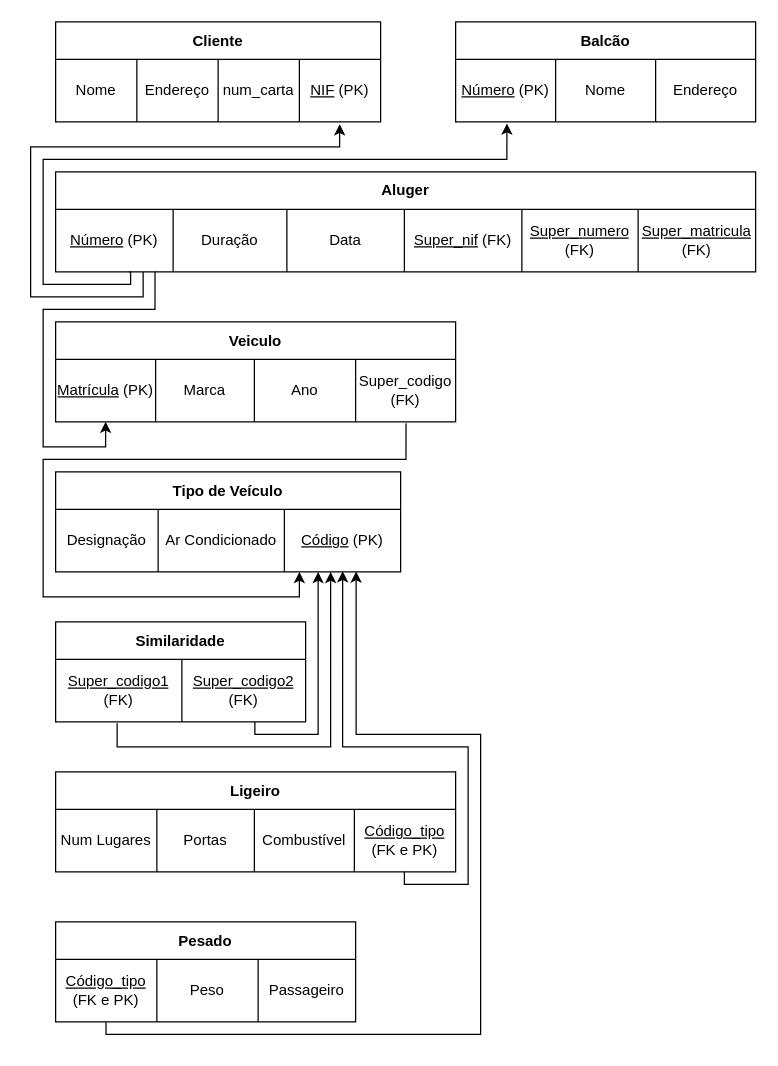
Before: page "3.1" (1 of 3) of P/P03/P03.drawio in RafaelCurado/BD-1, a draw.io diagram. Source tidied: cells renumbered, new cells numbered last; positions are measured from the earlier drawing's top-left corner, leaving out a move shared by most shapes. Both pictures are drawn from the tidied source at 125%, with x=0, y=0 at pixel (30, 21).
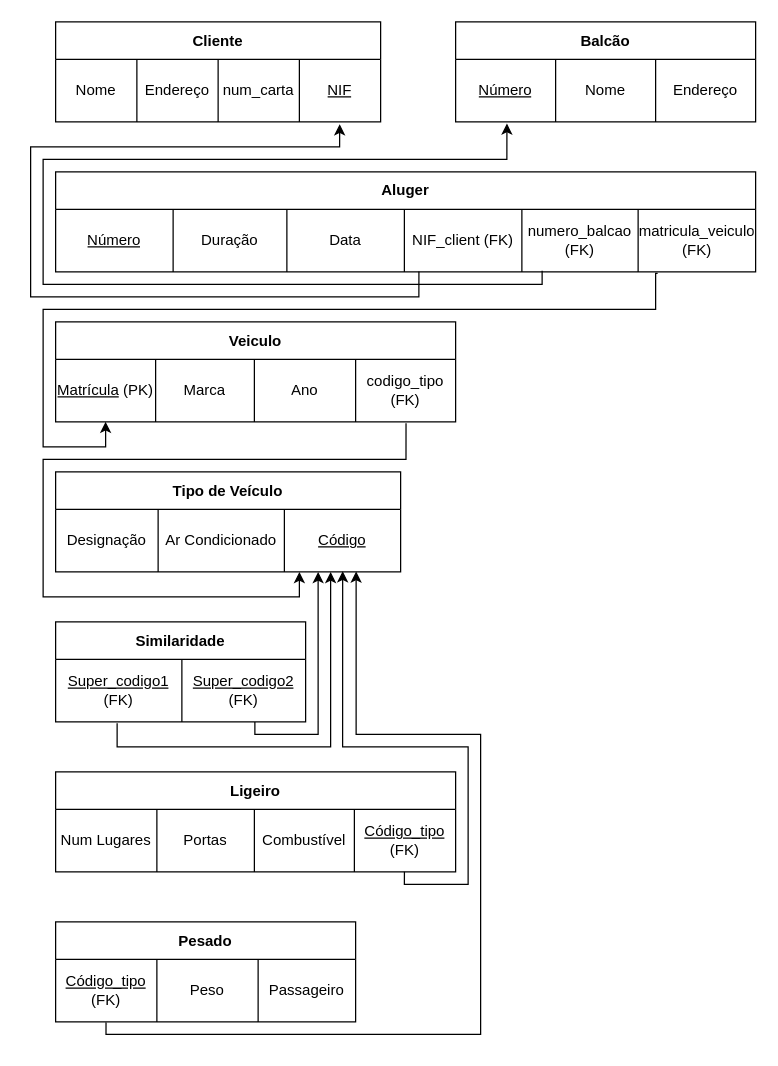
The same page after the edit.

Unchanged cells that the change refers to:
```xml
<mxCell id="3" style="shape=tableRow;horizontal=0;startSize=0;swimlaneHead=0;swimlaneBody=0;top=0;left=0;bottom=0;right=0;fillColor=none;points=[[0,0.5],[1,0.5]];portConstraint=eastwest;" parent="2" vertex="1">
  <mxGeometry y="30" width="260" height="50" as="geometry" />
</mxCell>
<mxCell id="9" style="shape=tableRow;horizontal=0;startSize=0;swimlaneHead=0;swimlaneBody=0;top=0;left=0;bottom=0;right=0;fillColor=none;points=[[0,0.5],[1,0.5]];portConstraint=eastwest;" parent="8" vertex="1">
  <mxGeometry y="30" width="560" height="50" as="geometry" />
</mxCell>
<mxCell id="17" style="shape=tableRow;horizontal=0;startSize=0;swimlaneHead=0;swimlaneBody=0;top=0;left=0;bottom=0;right=0;fillColor=none;points=[[0,0.5],[1,0.5]];portConstraint=eastwest;" parent="16" vertex="1">
  <mxGeometry y="30" width="240" height="50" as="geometry" />
</mxCell>
<mxCell id="22" style="shape=tableRow;horizontal=0;startSize=0;swimlaneHead=0;swimlaneBody=0;top=0;left=0;bottom=0;right=0;fillColor=none;points=[[0,0.5],[1,0.5]];portConstraint=eastwest;" parent="21" vertex="1">
  <mxGeometry y="30" width="320" height="50" as="geometry" />
</mxCell>
<mxCell id="28" style="shape=tableRow;horizontal=0;startSize=0;swimlaneHead=0;swimlaneBody=0;top=0;left=0;bottom=0;right=0;fillColor=none;points=[[0,0.5],[1,0.5]];portConstraint=eastwest;" parent="27" vertex="1">
  <mxGeometry y="30" width="276" height="50" as="geometry" />
</mxCell>
<mxCell id="33" style="shape=tableRow;horizontal=0;startSize=0;swimlaneHead=0;swimlaneBody=0;top=0;left=0;bottom=0;right=0;fillColor=none;points=[[0,0.5],[1,0.5]];portConstraint=eastwest;" parent="32" vertex="1">
  <mxGeometry y="30" width="320" height="50" as="geometry" />
</mxCell>
<mxCell id="39" style="shape=tableRow;horizontal=0;startSize=0;swimlaneHead=0;swimlaneBody=0;top=0;left=0;bottom=0;right=0;fillColor=none;points=[[0,0.5],[1,0.5]];portConstraint=eastwest;" parent="38" vertex="1">
  <mxGeometry y="30" width="240" height="50" as="geometry" />
</mxCell>
```

Change to the diagram source:
```diff
@@
-    <mxCell id="7" value="&lt;u&gt;NIF&lt;/u&gt;&amp;nbsp;(PK)" style="shape=partialRectangle;html=1;whiteSpace=wrap;fillColor=none;top=0;left=0;bottom=0;right=0;overflow=hidden;" parent="3" vertex="1">
+    <mxCell id="7" value="&lt;u&gt;NIF&lt;/u&gt;" style="shape=partialRectangle;html=1;whiteSpace=wrap;fillColor=none;top=0;left=0;bottom=0;right=0;overflow=hidden;" parent="3" vertex="1">
       <mxGeometry x="195" width="65" height="50" as="geometry" />
     </mxCell>
@@
-    <mxCell id="10" value="&lt;u&gt;Número&lt;/u&gt;&amp;nbsp;(PK)" style="shape=partialRectangle;html=1;whiteSpace=wrap;fillColor=none;top=0;left=0;bottom=0;right=0;overflow=hidden;" parent="9" vertex="1">
+    <mxCell id="10" value="&lt;u&gt;Número&lt;/u&gt;" style="shape=partialRectangle;html=1;whiteSpace=wrap;fillColor=none;top=0;left=0;bottom=0;right=0;overflow=hidden;" parent="9" vertex="1">
       <mxGeometry width="94" height="50" as="geometry" />
     </mxCell>
@@
-    <mxCell id="13" value="&lt;u&gt;Super_nif&lt;/u&gt; (FK)" style="shape=partialRectangle;html=1;whiteSpace=wrap;fillColor=none;top=0;left=0;bottom=0;right=0;overflow=hidden;" parent="9" vertex="1">
+    <mxCell id="13" value="NIF_client (FK)" style="shape=partialRectangle;html=1;whiteSpace=wrap;fillColor=none;top=0;left=0;bottom=0;right=0;overflow=hidden;" parent="9" vertex="1">
       <mxGeometry x="279" width="94" height="50" as="geometry" />
     </mxCell>
-    <mxCell id="14" value="&lt;u&gt;Super_numero&lt;br&gt;&lt;/u&gt;(FK)" style="shape=partialRectangle;html=1;fillColor=none;top=0;left=0;bottom=0;right=0;overflow=hidden;whiteSpace=wrap;" parent="9" vertex="1">
+    <mxCell id="14" value="numero_balcao&lt;br&gt;(FK)" style="shape=partialRectangle;html=1;fillColor=none;top=0;left=0;bottom=0;right=0;overflow=hidden;whiteSpace=wrap;" parent="9" vertex="1">
       <mxGeometry x="373" width="93" height="50" as="geometry" />
     </mxCell>
-    <mxCell id="15" value="&lt;u&gt;Super_matricula&lt;/u&gt;&lt;br&gt;(FK)" style="shape=partialRectangle;html=1;whiteSpace=wrap;fillColor=none;top=0;left=0;bottom=0;right=0;overflow=hidden;" parent="9" vertex="1">
+    <mxCell id="15" value="matricula_veiculo&lt;br&gt;(FK)" style="shape=partialRectangle;html=1;whiteSpace=wrap;fillColor=none;top=0;left=0;bottom=0;right=0;overflow=hidden;" parent="9" vertex="1">
       <mxGeometry x="466" width="94" height="50" as="geometry" />
     </mxCell>
@@
-    <mxCell id="18" value="&lt;u&gt;Número&lt;/u&gt;&amp;nbsp;(PK)" style="shape=partialRectangle;html=1;whiteSpace=wrap;fillColor=none;top=0;left=0;bottom=0;right=0;overflow=hidden;" parent="17" vertex="1">
+    <mxCell id="18" value="&lt;u&gt;Número&lt;/u&gt;" style="shape=partialRectangle;html=1;whiteSpace=wrap;fillColor=none;top=0;left=0;bottom=0;right=0;overflow=hidden;" parent="17" vertex="1">
       <mxGeometry width="80" height="50" as="geometry" />
     </mxCell>
@@
-    <mxCell id="26" value="Super_codigo (FK)" style="shape=partialRectangle;html=1;whiteSpace=wrap;fillColor=none;top=0;left=0;bottom=0;right=0;overflow=hidden;" parent="22" vertex="1">
+    <mxCell id="26" value="codigo_tipo (FK)" style="shape=partialRectangle;html=1;whiteSpace=wrap;fillColor=none;top=0;left=0;bottom=0;right=0;overflow=hidden;" parent="22" vertex="1">
       <mxGeometry x="240" width="80" height="50" as="geometry" />
     </mxCell>
@@
-    <mxCell id="31" value="&lt;u&gt;Código&lt;/u&gt;&amp;nbsp;(PK)" style="shape=partialRectangle;html=1;whiteSpace=wrap;fillColor=none;top=0;left=0;bottom=0;right=0;overflow=hidden;" parent="28" vertex="1">
+    <mxCell id="31" value="&lt;u&gt;Código&lt;/u&gt;" style="shape=partialRectangle;html=1;whiteSpace=wrap;fillColor=none;top=0;left=0;bottom=0;right=0;overflow=hidden;" parent="28" vertex="1">
       <mxGeometry x="183" width="93" height="50" as="geometry" />
     </mxCell>
@@
-    <mxCell id="37" value="&lt;u&gt;Código_tipo&lt;br&gt;&lt;/u&gt;(FK e PK)" style="shape=partialRectangle;html=1;whiteSpace=wrap;fillColor=none;top=0;left=0;bottom=0;right=0;overflow=hidden;" parent="33" vertex="1">
+    <mxCell id="37" value="&lt;u&gt;Código_tipo&lt;br&gt;&lt;/u&gt;(FK)" style="shape=partialRectangle;html=1;whiteSpace=wrap;fillColor=none;top=0;left=0;bottom=0;right=0;overflow=hidden;" parent="33" vertex="1">
       <mxGeometry x="239" width="81" height="50" as="geometry" />
     </mxCell>
@@
-    <mxCell id="40" value="&lt;u&gt;Código_tipo&lt;/u&gt;&lt;br&gt;(FK e PK)" style="shape=partialRectangle;html=1;whiteSpace=wrap;fillColor=none;top=0;left=0;bottom=0;right=0;overflow=hidden;" parent="39" vertex="1">
+    <mxCell id="40" value="&lt;u&gt;Código_tipo&lt;/u&gt;&lt;br&gt;(FK)" style="shape=partialRectangle;html=1;whiteSpace=wrap;fillColor=none;top=0;left=0;bottom=0;right=0;overflow=hidden;" parent="39" vertex="1">
       <mxGeometry width="81" height="50" as="geometry" />
     </mxCell>
@@
-    <mxCell id="43" style="endArrow=classic;html=1;rounded=0;exitX=0.125;exitY=1;exitDx=0;exitDy=0;exitPerimeter=0;entryX=0.874;entryY=1.036;entryDx=0;entryDy=0;entryPerimeter=0;edgeStyle=orthogonalEdgeStyle;" parent="1" edge="1" source="9" target="3">
+    <mxCell id="43" style="endArrow=classic;html=1;rounded=0;entryX=0.874;entryY=1.036;entryDx=0;entryDy=0;entryPerimeter=0;edgeStyle=orthogonalEdgeStyle;exitX=0.519;exitY=0.993;exitDx=0;exitDy=0;exitPerimeter=0;" parent="1" edge="1" source="9" target="3">
       <mxGeometry relative="1" as="geometry">
         <Array as="points">
-          <mxPoint x="90" y="220" />
+          <mxPoint x="311" y="220" />
           <mxPoint y="220" />
           <mxPoint y="100" />
           <mxPoint x="247" y="100" />
         </Array>
       </mxGeometry>
     </mxCell>
-    <mxCell id="44" style="endArrow=classic;html=1;rounded=0;edgeStyle=orthogonalEdgeStyle;exitX=0.142;exitY=0.994;exitDx=0;exitDy=0;exitPerimeter=0;entryX=0.125;entryY=0.999;entryDx=0;entryDy=0;entryPerimeter=0;" parent="1" edge="1" source="9" target="22">
+    <mxCell id="44" style="endArrow=classic;html=1;rounded=0;edgeStyle=orthogonalEdgeStyle;exitX=0.86;exitY=1.022;exitDx=0;exitDy=0;exitPerimeter=0;entryX=0.125;entryY=0.999;entryDx=0;entryDy=0;entryPerimeter=0;" parent="1" edge="1" source="9" target="22">
       <mxGeometry relative="1" as="geometry">
         <Array as="points">
-          <mxPoint x="99" y="230" />
+          <mxPoint x="500" y="201" />
+          <mxPoint x="500" y="230" />
           <mxPoint x="10" y="230" />
           <mxPoint x="10" y="340" />
           <mxPoint x="60" y="340" />
         </Array>
       </mxGeometry>
     </mxCell>
-    <mxCell id="45" style="endArrow=classic;html=1;rounded=0;entryX=0.171;entryY=1.026;entryDx=0;entryDy=0;entryPerimeter=0;edgeStyle=orthogonalEdgeStyle;exitX=0.105;exitY=1.003;exitDx=0;exitDy=0;exitPerimeter=0;" parent="1" edge="1" source="9" target="17">
+    <mxCell id="45" style="endArrow=classic;html=1;rounded=0;entryX=0.171;entryY=1.026;entryDx=0;entryDy=0;entryPerimeter=0;edgeStyle=orthogonalEdgeStyle;exitX=0.695;exitY=0.981;exitDx=0;exitDy=0;exitPerimeter=0;" parent="1" edge="1" source="9" target="17">
       <mxGeometry relative="1" as="geometry">
         <Array as="points">
-          <mxPoint x="80" y="200" />
-          <mxPoint x="80" y="210" />
+          <mxPoint x="409" y="210" />
           <mxPoint x="10" y="210" />
           <mxPoint x="10" y="110" />
           <mxPoint x="381" y="110" />
         </Array>
       </mxGeometry>
     </mxCell>
```
